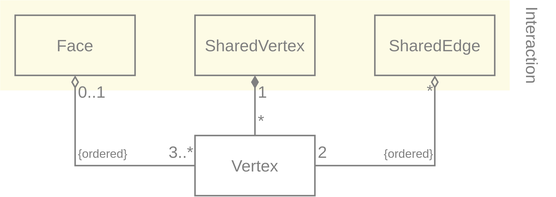
Before: wiki/MetaMeshGraph.svg, a diagram exported from draw.io (YoanWithY/kayo). Source tidied: cells renumbered, new cells last; positions are measured from the earlier drawing's top-left corner, leaving out a move shared by most shapes.
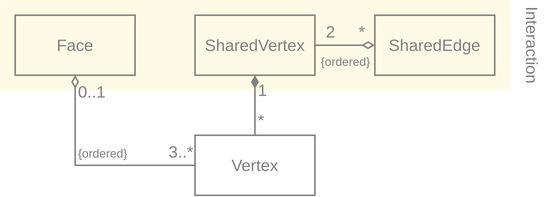
After the commit.

What changed in the source:
```diff
@@ -30,26 +30,27 @@
     <mxCell id="9" value="Face" style="rounded=0;whiteSpace=wrap;html=1;fillColor=none;strokeColor=#808080;fontColor=#808080;fontFamily=Helvetica;fontSize=11;" parent="1" vertex="1">
       <mxGeometry x="10" y="10" width="80" height="40" as="geometry" />
     </mxCell>
-    <mxCell id="10" style="edgeStyle=orthogonalEdgeStyle;shape=connector;rounded=0;html=1;labelBackgroundColor=default;strokeColor=#808080;fontFamily=Helvetica;fontSize=11;fontColor=#808080;startArrow=diamondThin;startFill=0;endArrow=none;endFill=0;" parent="1" edge="1" source="7" target="8">
+    <mxCell id="10" style="edgeStyle=orthogonalEdgeStyle;shape=connector;rounded=0;html=1;labelBackgroundColor=default;strokeColor=#808080;fontFamily=Helvetica;fontSize=11;fontColor=#808080;startArrow=diamondThin;startFill=0;endArrow=none;endFill=0;" parent="1" edge="1" source="7" target="6">
       <mxGeometry relative="1" as="geometry">
         <Array as="points">
-          <mxPoint x="290" y="110" />
+          <mxPoint x="230" y="30" />
+          <mxPoint x="230" y="30" />
         </Array>
       </mxGeometry>
     </mxCell>
-    <mxCell id="11" value="*" style="edgeLabel;html=1;align=right;verticalAlign=middle;fontSize=11;fontFamily=Helvetica;fontColor=#808080;labelBackgroundColor=none;spacing=2;" parent="10" vertex="1">
+    <mxCell id="11" value="*" style="edgeLabel;html=1;align=center;verticalAlign=bottom;fontSize=11;fontFamily=Helvetica;fontColor=#808080;labelBackgroundColor=none;spacing=2;" parent="10" vertex="1">
       <mxGeometry x="-0.67" relative="1" as="geometry">
-        <mxPoint y="-13" as="offset" />
+        <mxPoint x="-3" as="offset" />
       </mxGeometry>
     </mxCell>
-    <mxCell id="12" value="2" style="edgeLabel;html=1;align=left;verticalAlign=bottom;fontSize=11;fontFamily=Helvetica;fontColor=#808080;labelBackgroundColor=none;" parent="10" vertex="1">
+    <mxCell id="12" value="2" style="edgeLabel;html=1;align=center;verticalAlign=bottom;fontSize=11;fontFamily=Helvetica;fontColor=#808080;labelBackgroundColor=none;" parent="10" vertex="1">
       <mxGeometry x="0.7" y="-1" relative="1" as="geometry">
-        <mxPoint x="-21" y="1" as="offset" />
+        <mxPoint x="4" y="1" as="offset" />
       </mxGeometry>
     </mxCell>
-    <mxCell id="13" value="{ordered}" style="edgeLabel;html=1;align=right;verticalAlign=bottom;fontSize=8;fontColor=#808080;labelBackgroundColor=none;" parent="10" vertex="1">
+    <mxCell id="13" value="{ordered}" style="edgeLabel;html=1;align=center;verticalAlign=top;fontSize=8;fontColor=#808080;labelBackgroundColor=none;" parent="10" vertex="1">
       <mxGeometry x="0.23" relative="1" as="geometry">
-        <mxPoint x="26" as="offset" />
+        <mxPoint x="5" as="offset" />
       </mxGeometry>
     </mxCell>
     <mxCell id="14" style="edgeStyle=orthogonalEdgeStyle;shape=connector;rounded=0;html=1;labelBackgroundColor=default;strokeColor=#808080;fontFamily=Helvetica;fontSize=11;fontColor=#808080;startArrow=diamondThin;startFill=0;endArrow=none;endFill=0;" parent="1" edge="1" source="9" target="8">
```
